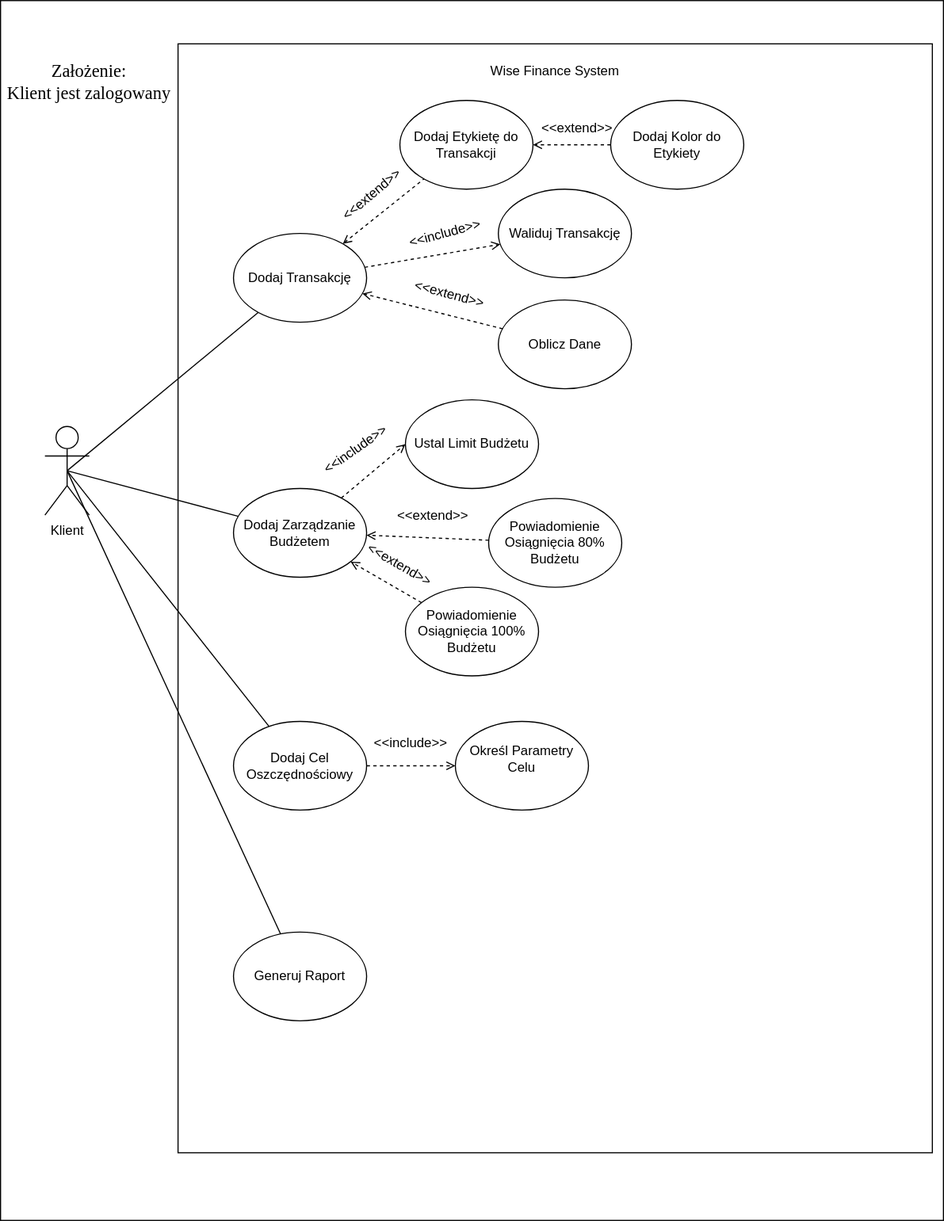
Above: UseCaseDiagram.svg in 88Michael88/IO_Project (draw.io), before the change. Source tidied: cells renumbered, new cells last; positions are measured from the earlier drawing's top-left corner, leaving out a move shared by most shapes.
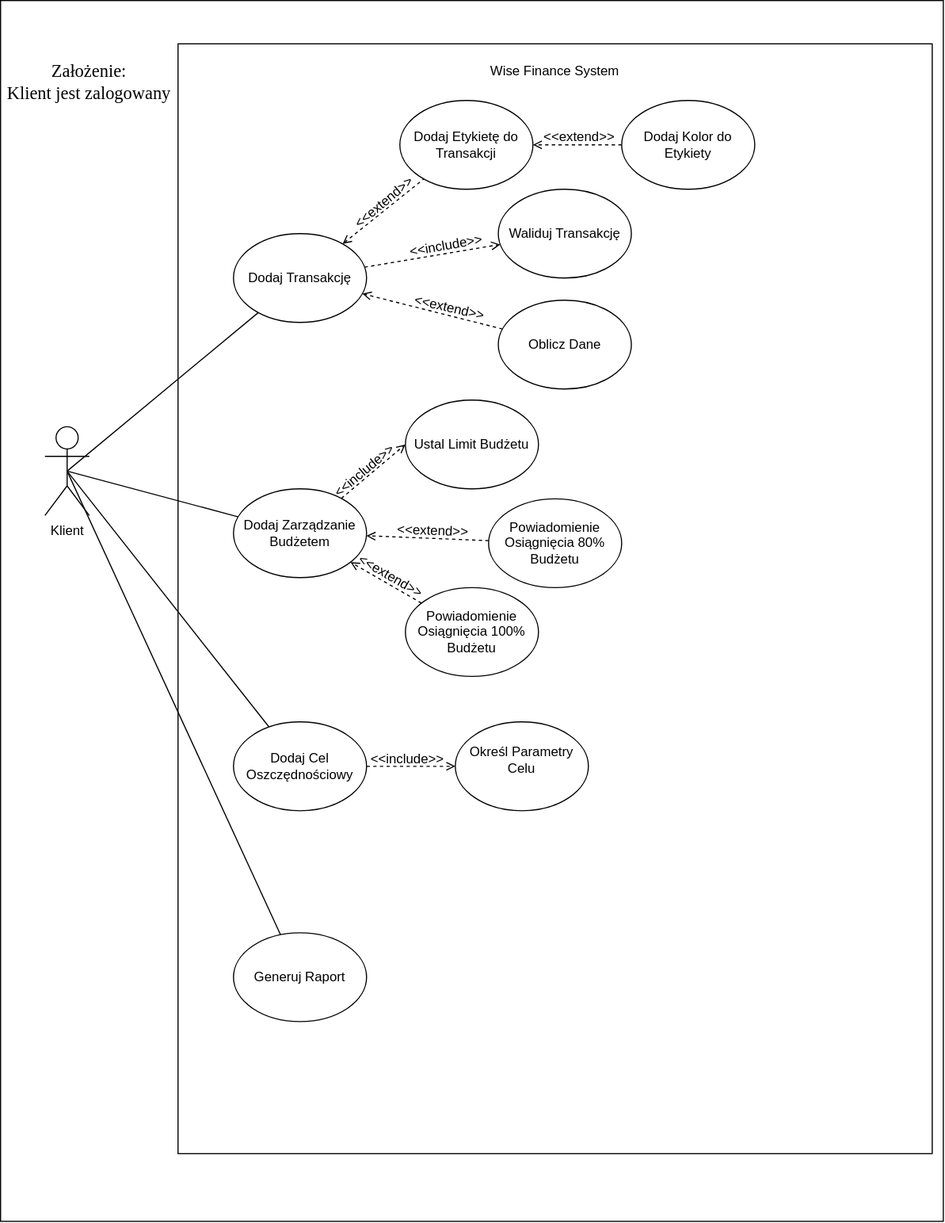
Above is the later version.

Commit message:
Clean up the SVG diagram.

What changed in the source:
```diff
@@ -51,16 +51,16 @@
       <mxGeometry relative="1" as="geometry" />
     </mxCell>
     <mxCell id="18" value="Dodaj Kolor do Etykiety" style="ellipse;whiteSpace=wrap;html=1;fillColor=light-dark(#FFFFFF,#333333);" parent="1" vertex="1">
-      <mxGeometry x="550" y="90" width="120" height="80" as="geometry" />
+      <mxGeometry x="560" y="90" width="120" height="80" as="geometry" />
     </mxCell>
     <mxCell id="19" value="Waliduj Transakcję" style="ellipse;whiteSpace=wrap;html=1;fillColor=light-dark(#FFFFFF,#333333);" parent="1" vertex="1">
       <mxGeometry x="448.8" y="170" width="120" height="80" as="geometry" />
     </mxCell>
     <mxCell id="20" value="&amp;lt;&amp;lt;extend&amp;gt;&amp;gt;" style="text;html=1;whiteSpace=wrap;strokeColor=none;fillColor=none;align=center;verticalAlign=middle;rounded=0;" parent="1" vertex="1">
-      <mxGeometry x="490" y="100" width="60" height="30" as="geometry" />
+      <mxGeometry x="492" y="108" width="60" height="30" as="geometry" />
     </mxCell>
-    <mxCell id="21" value="&amp;lt;&amp;lt;include&amp;gt;&amp;gt;" style="text;html=1;whiteSpace=wrap;strokeColor=none;fillColor=none;align=center;verticalAlign=middle;rounded=0;rotation=-15;" parent="1" vertex="1">
-      <mxGeometry x="371.2" y="194.5" width="60" height="31" as="geometry" />
+    <mxCell id="21" value="&amp;lt;&amp;lt;include&amp;gt;&amp;gt;" style="text;html=1;whiteSpace=wrap;strokeColor=none;fillColor=none;align=center;verticalAlign=middle;rounded=0;rotation=350;" parent="1" vertex="1">
+      <mxGeometry x="372.2" y="205.5" width="60" height="31" as="geometry" />
     </mxCell>
     <mxCell id="22" style="rounded=0;jettySize=auto;html=1;dashed=1;endArrow=open;endFill=0;" parent="1" edge="1" source="23" target="12">
       <mxGeometry relative="1" as="geometry" />
@@ -68,17 +68,17 @@
     <mxCell id="23" value="Oblicz Dane" style="ellipse;whiteSpace=wrap;html=1;fillColor=light-dark(#FFFFFF,#333333);" parent="1" vertex="1">
       <mxGeometry x="448.8" y="270" width="120" height="80" as="geometry" />
     </mxCell>
-    <mxCell id="24" value="&amp;lt;&amp;lt;extend&amp;gt;&amp;gt;" style="text;html=1;whiteSpace=wrap;strokeColor=none;fillColor=none;align=center;verticalAlign=middle;rounded=0;rotation=15;" parent="1" vertex="1">
-      <mxGeometry x="375" y="250" width="60" height="30" as="geometry" />
+    <mxCell id="24" value="&amp;lt;&amp;lt;extend&amp;gt;&amp;gt;" style="text;html=1;whiteSpace=wrap;strokeColor=none;fillColor=none;align=center;verticalAlign=middle;rounded=0;rotation=13;" parent="1" vertex="1">
+      <mxGeometry x="375" y="262" width="60" height="30" as="geometry" />
     </mxCell>
     <mxCell id="25" value="&amp;lt;&amp;lt;extend&amp;gt;&amp;gt;" style="text;html=1;whiteSpace=wrap;strokeColor=none;fillColor=none;align=center;verticalAlign=middle;rounded=0;rotation=-40;" parent="1" vertex="1">
-      <mxGeometry x="305" y="160" width="60" height="30" as="geometry" />
+      <mxGeometry x="316" y="167" width="60" height="30" as="geometry" />
     </mxCell>
     <mxCell id="26" value="&lt;div&gt;Określ Parametry Celu&lt;/div&gt;&lt;p&gt;&lt;/p&gt;" style="ellipse;whiteSpace=wrap;html=1;fillColor=light-dark(#FFFFFF,#333333);" parent="1" vertex="1">
       <mxGeometry x="410" y="650" width="120" height="80" as="geometry" />
     </mxCell>
     <mxCell id="27" value="&amp;lt;&amp;lt;include&amp;gt;&amp;gt;" style="text;html=1;whiteSpace=wrap;strokeColor=none;fillColor=none;align=center;verticalAlign=middle;rounded=0;rotation=0;" parent="1" vertex="1">
-      <mxGeometry x="340" y="655" width="60" height="31" as="geometry" />
+      <mxGeometry x="337" y="669" width="60" height="31" as="geometry" />
     </mxCell>
     <mxCell id="28" value="Dodaj Zarządzanie Budżetem" style="ellipse;whiteSpace=wrap;html=1;fillColor=light-dark(#FFFFFF,#333333);" parent="1" vertex="1">
       <mxGeometry x="210" y="440" width="120" height="80" as="geometry" />
@@ -86,8 +86,8 @@
     <mxCell id="29" value="Ustal Limit Budżetu" style="ellipse;whiteSpace=wrap;html=1;fillColor=light-dark(#FFFFFF,#333333);" parent="1" vertex="1">
       <mxGeometry x="365" y="360" width="120" height="80" as="geometry" />
     </mxCell>
-    <mxCell id="30" value="&amp;lt;&amp;lt;include&amp;gt;&amp;gt;" style="text;html=1;whiteSpace=wrap;strokeColor=none;fillColor=none;align=center;verticalAlign=middle;rounded=0;rotation=-35;" parent="1" vertex="1">
-      <mxGeometry x="290" y="389" width="60" height="31" as="geometry" />
+    <mxCell id="30" value="&amp;lt;&amp;lt;include&amp;gt;&amp;gt;" style="text;html=1;whiteSpace=wrap;strokeColor=none;fillColor=none;align=center;verticalAlign=middle;rounded=0;rotation=320;" parent="1" vertex="1">
+      <mxGeometry x="298" y="408" width="60" height="31" as="geometry" />
     </mxCell>
     <mxCell id="31" style="rounded=0;jettySize=auto;html=1;endArrow=open;endFill=0;dashed=1;entryX=0;entryY=0.5;entryDx=0;entryDy=0;" parent="1" edge="1" source="28" target="29">
       <mxGeometry relative="1" as="geometry" />
@@ -105,10 +105,10 @@
       <mxGeometry x="365" y="529" width="120" height="80" as="geometry" />
     </mxCell>
     <mxCell id="36" value="&amp;lt;&amp;lt;extend&amp;gt;&amp;gt;" style="text;html=1;whiteSpace=wrap;strokeColor=none;fillColor=none;align=center;verticalAlign=middle;rounded=0;rotation=30;" parent="1" vertex="1">
-      <mxGeometry x="330" y="494" width="60" height="30" as="geometry" />
+      <mxGeometry x="322" y="504" width="60" height="30" as="geometry" />
     </mxCell>
-    <mxCell id="37" value="&amp;lt;&amp;lt;extend&amp;gt;&amp;gt;" style="text;html=1;whiteSpace=wrap;strokeColor=none;fillColor=none;align=center;verticalAlign=middle;rounded=0;rotation=0;" parent="1" vertex="1">
-      <mxGeometry x="360" y="450" width="60" height="30" as="geometry" />
+    <mxCell id="37" value="&amp;lt;&amp;lt;extend&amp;gt;&amp;gt;" style="text;html=1;whiteSpace=wrap;strokeColor=none;fillColor=none;align=center;verticalAlign=middle;rounded=0;rotation=2;" parent="1" vertex="1">
+      <mxGeometry x="360" y="463" width="60" height="30" as="geometry" />
     </mxCell>
     <mxCell id="38" value="&lt;font style=&quot;font-size: 16px;&quot; face=&quot;Times New Roman&quot;&gt;Założenie:&lt;/font&gt;&lt;div&gt;&lt;font style=&quot;font-size: 16px;&quot; face=&quot;Times New Roman&quot;&gt;Klient jest zalogowany&lt;/font&gt;&lt;/div&gt;" style="text;html=1;whiteSpace=wrap;strokeColor=none;fillColor=none;align=center;verticalAlign=middle;rounded=0;" parent="1" vertex="1">
       <mxGeometry y="39" width="160" height="68" as="geometry" />
```
